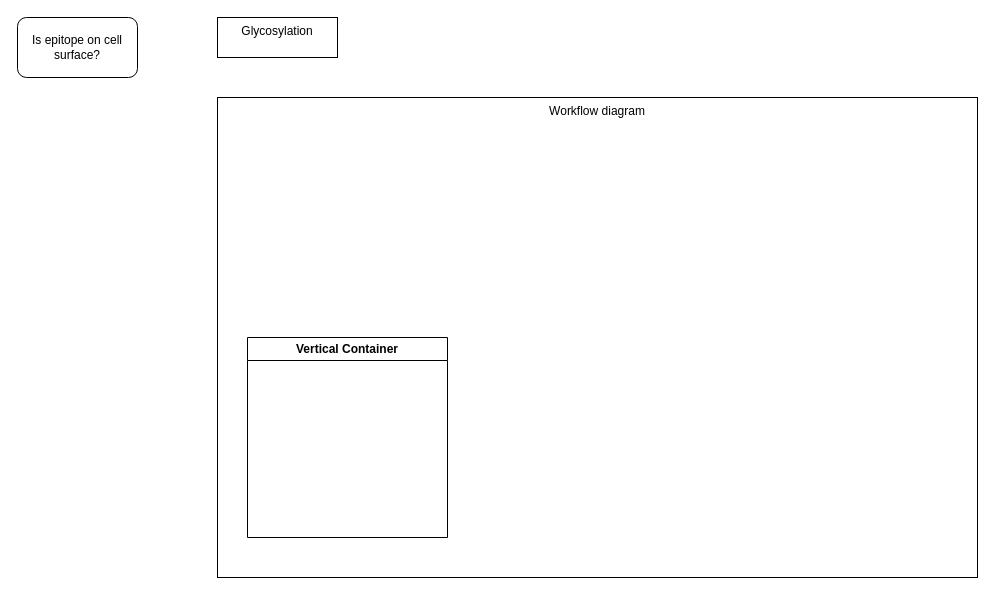
SyndicateSeahorse/lab_stuff keeps this draw.io diagram as Lab_techniques.drawio. Above is the earlier version. Source tidied: cells renumbered, new cells numbered last; positions are measured from the earlier drawing's top-left corner, leaving out a move shared by most shapes. Both pictures are drawn from the tidied source at 100%, with x=0, y=0 at pixel (17, 17).
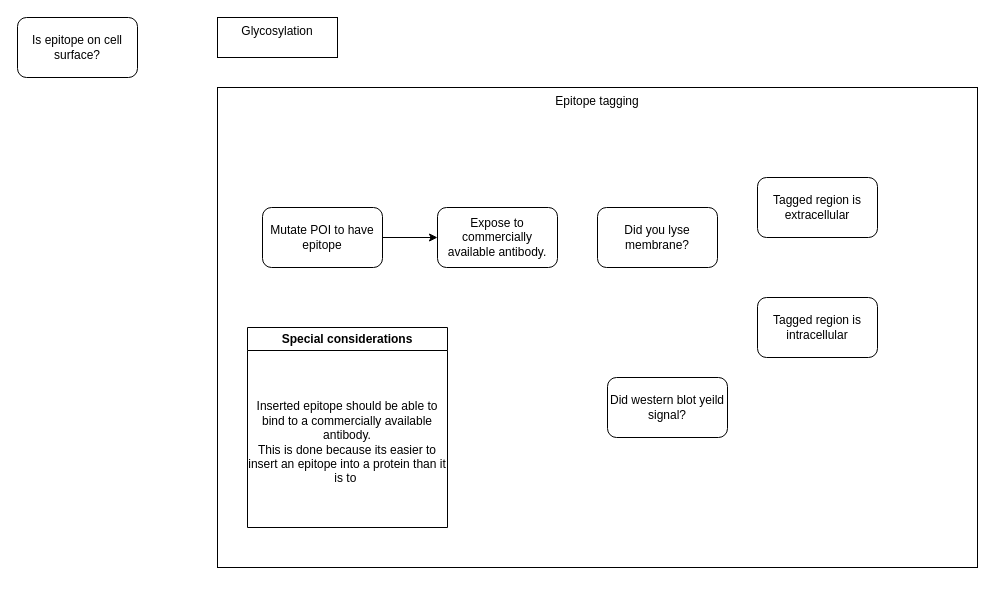
The same page after the edit.

Change to the diagram source:
```diff
@@
 <mxGraphModel>
   <root>
     <mxCell id="0" />
     <mxCell id="1" parent="0" />
     <mxCell id="2" value="Is epitope on cell surface?" style="rounded=1;whiteSpace=wrap;html=1;" parent="1" vertex="1">
       <mxGeometry width="120" height="60" as="geometry" />
     </mxCell>
     <mxCell id="3" value="Glycosylation" style="rounded=0;whiteSpace=wrap;html=1;verticalAlign=top;" parent="1" vertex="1" collapsed="1">
       <mxGeometry x="200" width="120" height="40" as="geometry" />
     </mxCell>
-    <mxCell id="4" value="Workflow diagram" style="rounded=0;whiteSpace=wrap;html=1;verticalAlign=top;" parent="1" vertex="1">
-      <mxGeometry x="200" y="80" width="760" height="480" as="geometry" />
+    <mxCell id="4" value="Epitope tagging" style="rounded=0;whiteSpace=wrap;html=1;verticalAlign=top;" parent="1" vertex="1">
+      <mxGeometry x="200" y="70" width="760" height="480" as="geometry" />
     </mxCell>
-    <mxCell id="5" value="Vertical Container" style="swimlane;whiteSpace=wrap;html=1;" parent="4" vertex="1">
+    <mxCell id="5" value="Special considerations" style="swimlane;whiteSpace=wrap;html=1;" parent="4" vertex="1">
       <mxGeometry x="30" y="240" width="200" height="200" as="geometry" />
     </mxCell>
+    <mxCell id="6" value="Inserted epitope should be able to bind to a commercially available antibody.&lt;br&gt;This is done because its easier to insert an epitope into a protein than it is to&amp;nbsp;" style="text;html=1;strokeColor=none;fillColor=none;align=center;verticalAlign=middle;whiteSpace=wrap;rounded=0;" parent="5" vertex="1">
+      <mxGeometry y="30" width="200" height="170" as="geometry" />
+    </mxCell>
+    <mxCell id="7" style="edgeStyle=orthogonalEdgeStyle;rounded=0;jettySize=auto;html=1;exitX=1;exitY=0.5;exitDx=0;exitDy=0;" parent="4" edge="1" source="8" target="9">
+      <mxGeometry relative="1" as="geometry" />
+    </mxCell>
+    <mxCell id="8" value="Mutate POI to have epitope" style="rounded=1;whiteSpace=wrap;html=1;" parent="4" vertex="1">
+      <mxGeometry x="45" y="120" width="120" height="60" as="geometry" />
+    </mxCell>
+    <mxCell id="9" value="Expose to commercially available antibody." style="rounded=1;whiteSpace=wrap;html=1;" parent="4" vertex="1">
+      <mxGeometry x="220" y="120" width="120" height="60" as="geometry" />
+    </mxCell>
+    <mxCell id="10" value="Did western blot yeild signal?" style="rounded=1;whiteSpace=wrap;html=1;" parent="4" vertex="1">
+      <mxGeometry x="390" y="290" width="120" height="60" as="geometry" />
+    </mxCell>
+    <mxCell id="11" value="Tagged region is intracellular" style="rounded=1;whiteSpace=wrap;html=1;" parent="4" vertex="1">
+      <mxGeometry x="540" y="210" width="120" height="60" as="geometry" />
+    </mxCell>
+    <mxCell id="12" value="Tagged region is extracellular" style="rounded=1;whiteSpace=wrap;html=1;" parent="4" vertex="1">
+      <mxGeometry x="540" y="90" width="120" height="60" as="geometry" />
+    </mxCell>
+    <mxCell id="13" value="Did you lyse membrane?" style="rounded=1;whiteSpace=wrap;html=1;" parent="4" vertex="1">
+      <mxGeometry x="380" y="120" width="120" height="60" as="geometry" />
+    </mxCell>
   </root>
 </mxGraphModel>
```
